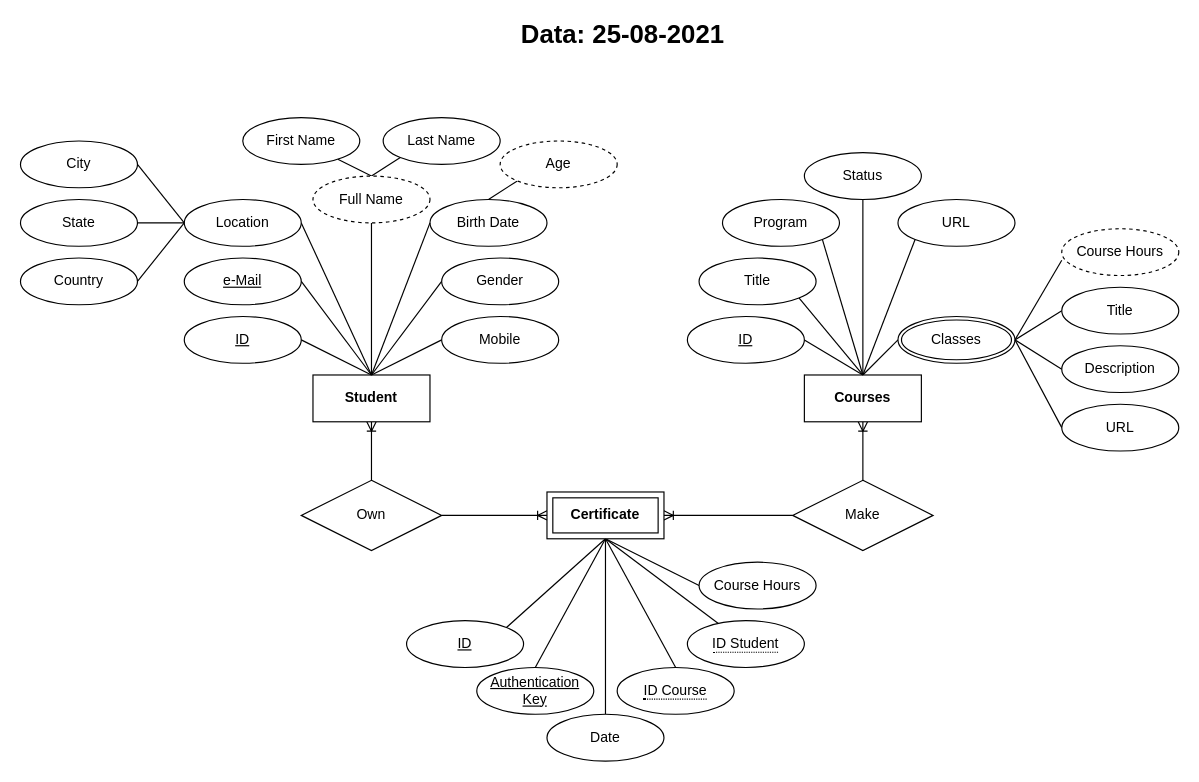
Before: planning/Data_Models/High-Level-Conceptual/Modelo-Entidade-Relacionamento.drawio in acremonezi/Projeto-Integrador-em-Computacao-I, a draw.io diagram. Source tidied: cells renumbered, new cells numbered last; positions are measured from the earlier drawing's top-left corner, leaving out a move shared by most shapes. Both pictures are drawn from the tidied source at 117%, with x=0, y=0 at pixel (20, 23).
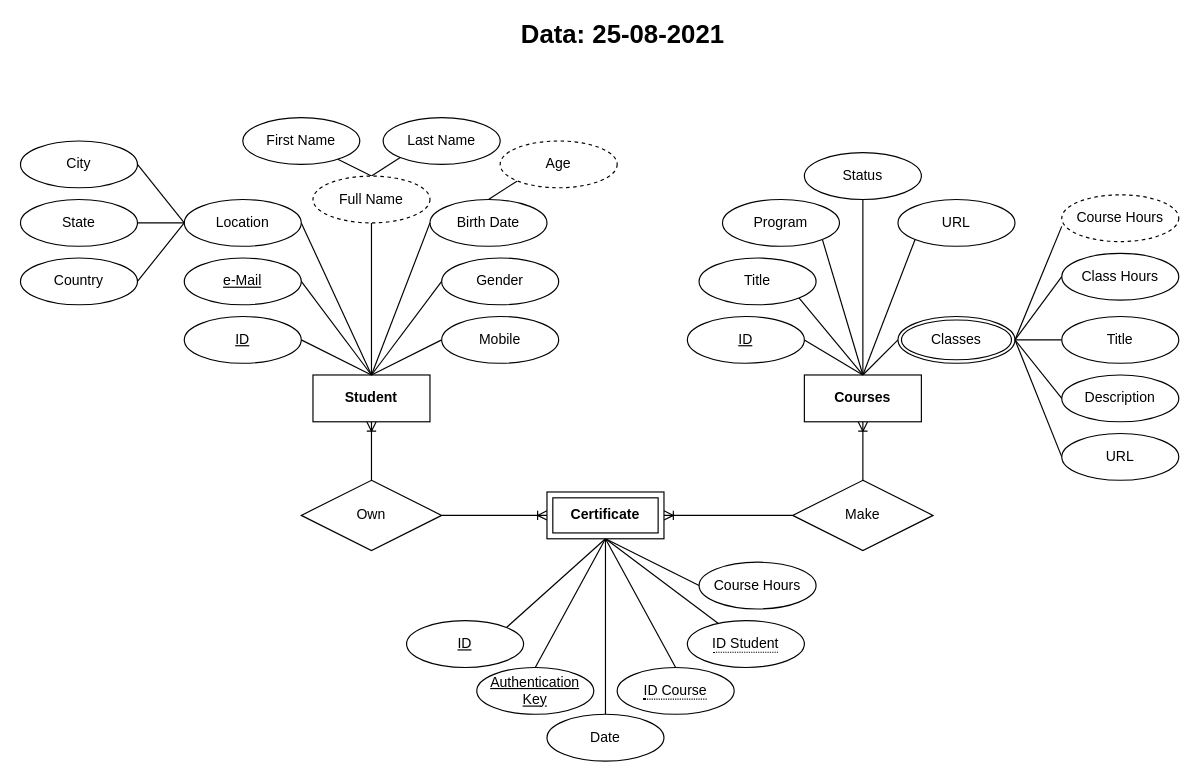
Above is the later version.

Unchanged cells that the change refers to:
```xml
<mxCell id="51" value="Classes" style="ellipse;shape=doubleEllipse;margin=3;whiteSpace=wrap;html=1;align=center;" parent="1" vertex="1">
  <mxGeometry x="750" y="250" width="100" height="40" as="geometry" />
</mxCell>
```

Diff of the diagram source:
```diff
@@
     <mxCell id="53" value="Course Hours" style="ellipse;whiteSpace=wrap;html=1;align=center;dashed=1;" parent="1" vertex="1">
-      <mxGeometry x="890" y="175" width="100" height="40" as="geometry" />
+      <mxGeometry x="890" y="146" width="100" height="40" as="geometry" />
     </mxCell>
@@
     <mxCell id="61" value="URL" style="ellipse;whiteSpace=wrap;html=1;align=center;" parent="1" vertex="1">
-      <mxGeometry x="890" y="325" width="100" height="40" as="geometry" />
+      <mxGeometry x="890" y="350" width="100" height="40" as="geometry" />
     </mxCell>
     <mxCell id="62" value="Title" style="ellipse;whiteSpace=wrap;html=1;align=center;" parent="1" vertex="1">
-      <mxGeometry x="890" y="225" width="100" height="40" as="geometry" />
+      <mxGeometry x="890" y="250" width="100" height="40" as="geometry" />
     </mxCell>
     <mxCell id="63" value="Description" style="ellipse;whiteSpace=wrap;html=1;align=center;" parent="1" vertex="1">
-      <mxGeometry x="890" y="275" width="100" height="40" as="geometry" />
+      <mxGeometry x="890" y="300" width="100" height="40" as="geometry" />
     </mxCell>
@@
+    <mxCell id="75" value="Class Hours" style="ellipse;whiteSpace=wrap;html=1;align=center;" parent="1" vertex="1">
+      <mxGeometry x="890" y="196" width="100" height="40" as="geometry" />
+    </mxCell>
+    <mxCell id="76" style="edgeStyle=none;rounded=0;jettySize=auto;html=1;exitX=0;exitY=0.5;exitDx=0;exitDy=0;entryX=1;entryY=0.5;entryDx=0;entryDy=0;startArrow=none;startFill=0;endArrow=none;endFill=0;" parent="1" edge="1" source="75" target="51">
+      <mxGeometry relative="1" as="geometry" />
+    </mxCell>
```
